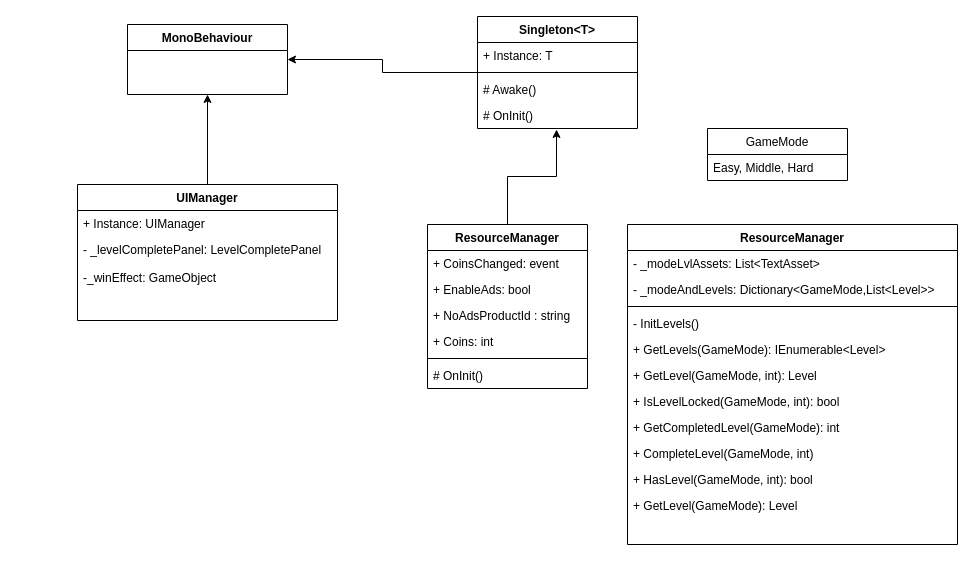
Earlier version of the draw.io diagram page "Water Sort Puzzle" (1 of 2) of Water Sort Puzzle.drawio (cjinle/mynote). Source tidied: cells renumbered, new cells numbered last; positions are measured from the earlier drawing's top-left corner, leaving out a move shared by most shapes. Both pictures are drawn from the tidied source at 100%, with x=0, y=0 at pixel (77, 16).
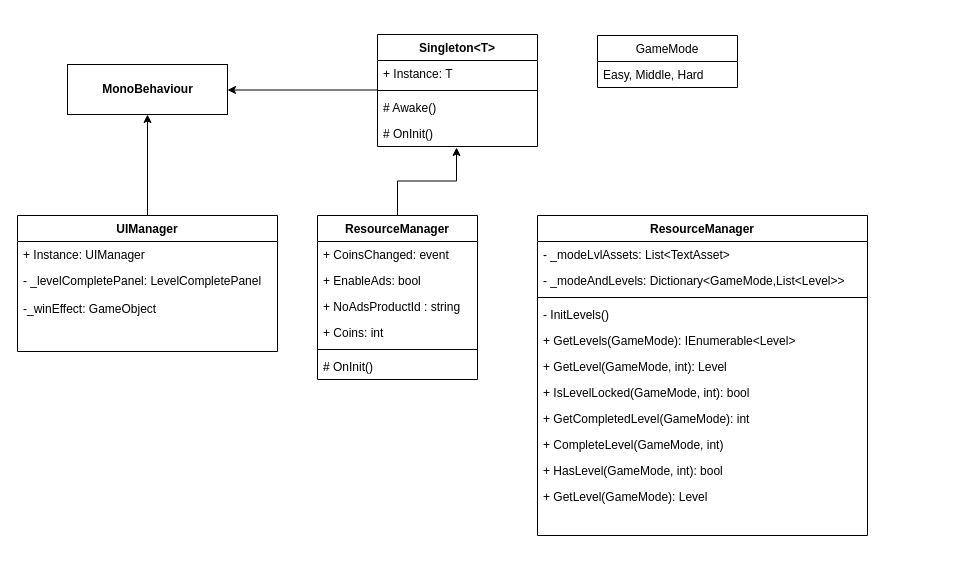
Above is the later version.

What changed in the source:
```diff
@@
-    <mxCell id="2" value="MonoBehaviour" style="swimlane;fontStyle=1;align=center;verticalAlign=top;horizontal=1;startSize=26;rounded=0;shadow=0;strokeWidth=1;" parent="1" vertex="1">
-      <mxGeometry x="50" y="8" width="160" height="70" as="geometry" />
-    </mxCell>
-    <mxCell id="3" style="edgeStyle=orthogonalEdgeStyle;rounded=0;jettySize=auto;html=1;exitX=0.5;exitY=0;exitDx=0;exitDy=0;entryX=0.5;entryY=1;entryDx=0;entryDy=0;" parent="1" edge="1" source="4" target="2">
+    <mxCell id="3" style="edgeStyle=orthogonalEdgeStyle;rounded=0;jettySize=auto;html=1;exitX=0.5;exitY=0;exitDx=0;exitDy=0;entryX=0.5;entryY=1;entryDx=0;entryDy=0;entryPerimeter=0;" parent="1" edge="1" source="4" target="2">
       <mxGeometry relative="1" as="geometry" />
     </mxCell>
     <mxCell id="4" value="UIManager" style="swimlane;fontStyle=1;align=center;verticalAlign=top;horizontal=1;startSize=26;rounded=0;shadow=0;strokeWidth=1;" parent="1" vertex="1">
-      <mxGeometry y="168" width="260" height="136" as="geometry" />
+      <mxGeometry x="-60" y="199" width="260" height="136" as="geometry" />
     </mxCell>
@@
-    <mxCell id="9" style="edgeStyle=orthogonalEdgeStyle;rounded=0;jettySize=auto;html=1;entryX=1;entryY=0.5;entryDx=0;entryDy=0;" parent="1" edge="1" source="10" target="2">
-      <mxGeometry relative="1" as="geometry" />
+    <mxCell id="9" style="edgeStyle=orthogonalEdgeStyle;rounded=0;jettySize=auto;html=1;entryX=1;entryY=0.5;entryDx=0;entryDy=0;" parent="1" edge="1" source="10">
+      <mxGeometry relative="1" as="geometry">
+        <mxPoint x="150" y="73.5" as="targetPoint" />
+      </mxGeometry>
     </mxCell>
     <mxCell id="10" value="Singleton&lt;T&gt;" style="swimlane;fontStyle=1;align=center;verticalAlign=top;horizontal=1;startSize=26;" parent="1" vertex="1">
-      <mxGeometry x="400" width="160" height="112" as="geometry" />
+      <mxGeometry x="300" y="18" width="160" height="112" as="geometry" />
     </mxCell>
@@
     <mxCell id="16" value="ResourceManager" style="swimlane;fontStyle=1;align=center;verticalAlign=top;horizontal=1;startSize=26;strokeColor=default;" parent="1" vertex="1">
-      <mxGeometry x="350" y="208" width="160" height="164" as="geometry" />
+      <mxGeometry x="240" y="199" width="160" height="164" as="geometry" />
     </mxCell>
@@
     <mxCell id="23" value="ResourceManager" style="swimlane;fontStyle=1;align=center;verticalAlign=top;horizontal=1;startSize=26;strokeColor=default;" parent="1" vertex="1">
-      <mxGeometry x="550" y="208" width="330" height="320" as="geometry" />
+      <mxGeometry x="460" y="199" width="330" height="320" as="geometry" />
     </mxCell>
@@
     <mxCell id="36" value="GameMode" style="swimlane;fontStyle=0;horizontal=1;startSize=26;fillColor=none;strokeColor=default;" parent="1" vertex="1">
-      <mxGeometry x="630" y="112" width="140" height="52" as="geometry" />
+      <mxGeometry x="520" y="19" width="140" height="52" as="geometry" />
     </mxCell>
@@
+    <mxCell id="2" value="&lt;span style=&quot;font-weight: 700;&quot;&gt;MonoBehaviour&lt;/span&gt;" style="html=1;strokeColor=default;" parent="1" vertex="1">
+      <mxGeometry x="-10" y="48" width="160" height="50" as="geometry" />
+    </mxCell>
```
